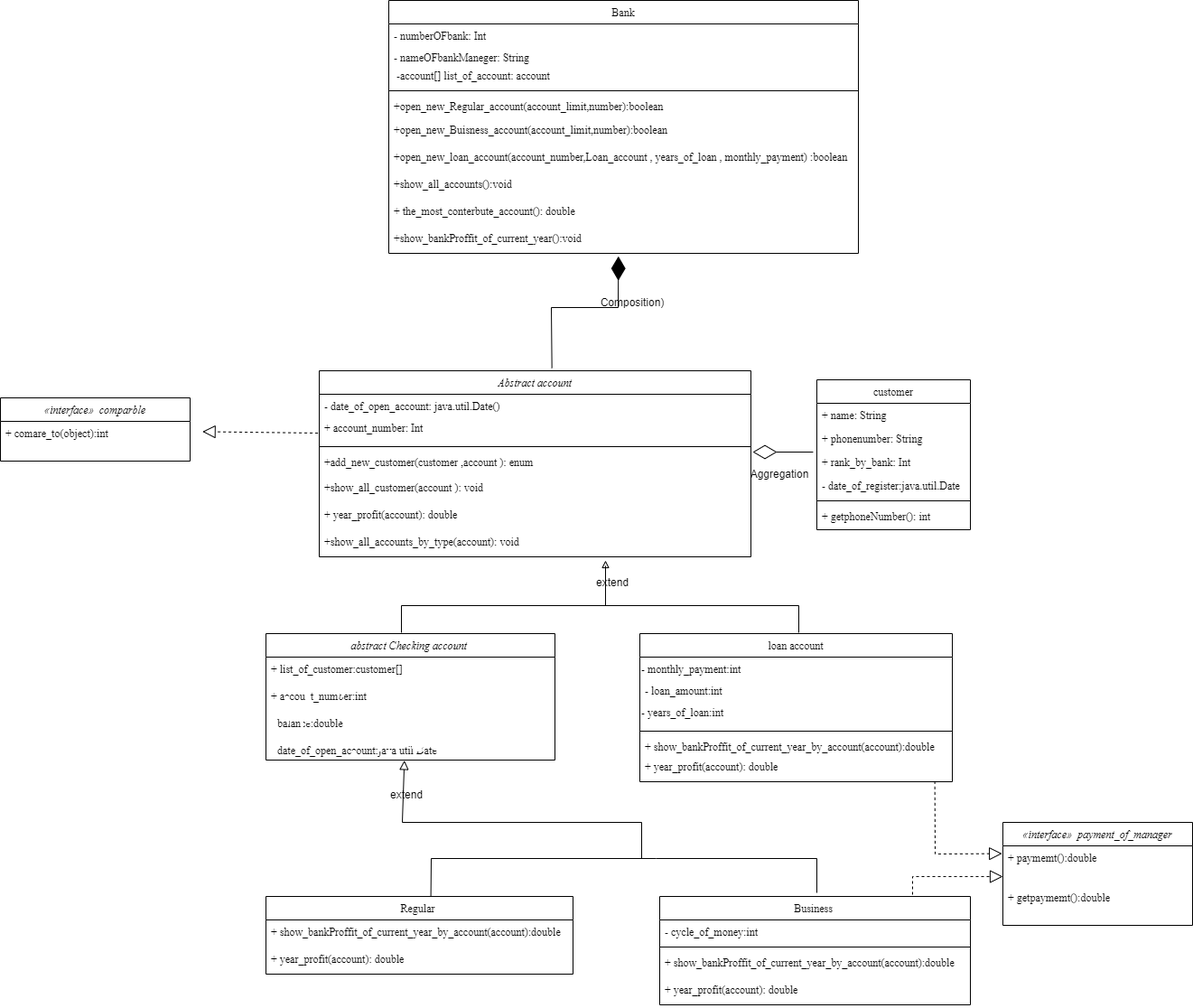
Before: Bank.drawio.png, a diagram exported from draw.io (oran950/bank). Source tidied: cells renumbered, new cells last; positions are measured from the earlier drawing's top-left corner, leaving out a move shared by most shapes.
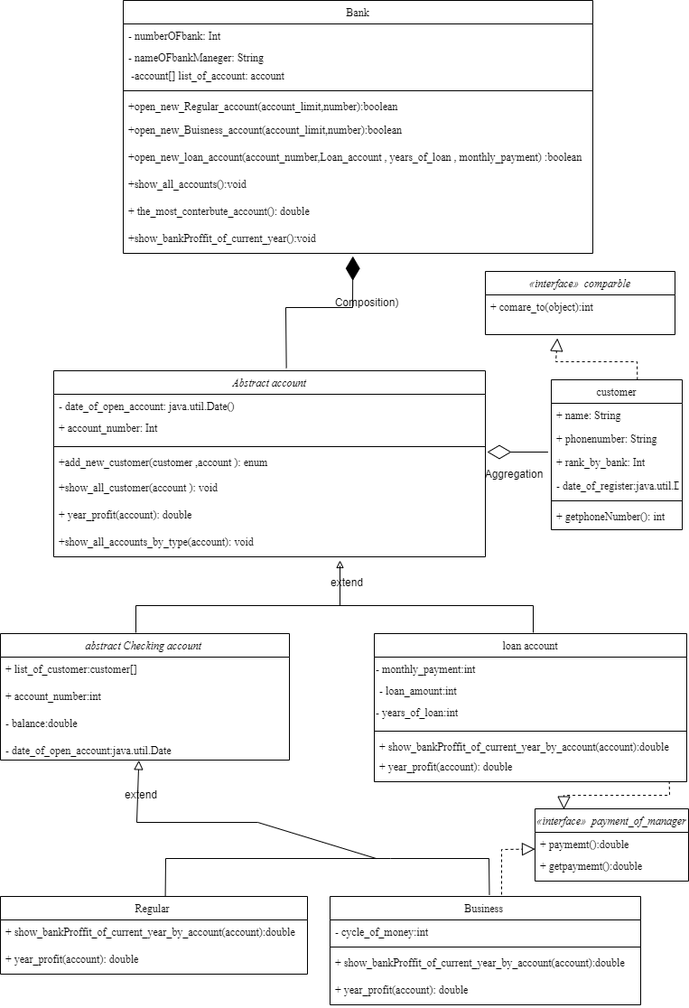
The same file after the commit.

What changed in the source:
```diff
@@ -2,13 +2,12 @@
   <root>
     <mxCell id="0" />
     <mxCell id="1" parent="0" />
-    <mxCell id="2" style="endArrow=none;html=1;rounded=0;labelBackgroundColor=none;fontColor=default;strokeWidth=1;exitX=0.537;exitY=0.011;exitDx=0;exitDy=0;exitPerimeter=0;fontFamily=Times New Roman;fontStyle=0;" parent="1" edge="1" source="3">
+    <mxCell id="2" style="endArrow=none;html=1;rounded=0;labelBackgroundColor=none;fontColor=default;strokeWidth=1;exitX=0.537;exitY=0.011;exitDx=0;exitDy=0;exitPerimeter=0;fontFamily=Times New Roman;fontStyle=0;entryX=0.513;entryY=-0.015;entryDx=0;entryDy=0;entryPerimeter=0;" parent="1" edge="1" source="3" target="16">
       <mxGeometry relative="1" as="geometry">
-        <mxPoint x="904" y="988" as="targetPoint" />
         <Array as="points">
           <mxPoint x="477" y="950" />
           <mxPoint x="726" y="950" />
-          <mxPoint x="904" y="950" />
+          <mxPoint x="835" y="950" />
         </Array>
       </mxGeometry>
     </mxCell>
@@ -63,7 +62,7 @@
       <mxGeometry x="-1" y="-10" relative="1" as="geometry">
         <mxPoint x="710" y="950" as="sourcePoint" />
         <Array as="points">
-          <mxPoint x="710" y="910" />
+          <mxPoint x="579" y="910" />
           <mxPoint x="445" y="910" />
         </Array>
         <mxPoint x="-10" y="10" as="offset" />
@@ -80,7 +79,7 @@
       </mxGeometry>
     </mxCell>
     <mxCell id="16" value="Business " style="swimlane;fontStyle=0;align=center;verticalAlign=top;horizontal=1;startSize=26;rounded=0;labelBackgroundColor=none;fontFamily=Times New Roman;" parent="1" vertex="1">
-      <mxGeometry x="730" y="992" width="344" height="120" as="geometry" />
+      <mxGeometry x="659" y="992" width="344" height="120" as="geometry" />
     </mxCell>
     <mxCell id="17" value="- cycle_of_money:int" style="text;strokeColor=none;fillColor=none;align=left;verticalAlign=top;spacingLeft=4;spacingRight=4;overflow=hidden;rounded=0;labelBackgroundColor=none;fontFamily=Times New Roman;fontStyle=0;" parent="16" vertex="1">
       <mxGeometry y="26" width="344" height="26" as="geometry" />
@@ -173,25 +172,25 @@
       <mxGeometry y="250" width="520" height="30" as="geometry" />
     </mxCell>
     <mxCell id="47" value="customer" style="swimlane;fontStyle=0;align=center;verticalAlign=top;horizontal=1;startSize=26;rounded=0;labelBackgroundColor=none;fontFamily=Times New Roman;" parent="1" vertex="1">
-      <mxGeometry x="904" y="420" width="170" height="166" as="geometry" />
+      <mxGeometry x="904" y="420" width="145" height="166" as="geometry" />
     </mxCell>
     <mxCell id="48" value="+ name: String" style="text;strokeColor=none;fillColor=none;align=left;verticalAlign=top;spacingLeft=4;spacingRight=4;overflow=hidden;rounded=0;labelBackgroundColor=none;fontFamily=Times New Roman;fontStyle=0;" parent="47" vertex="1">
-      <mxGeometry y="26" width="170" height="26" as="geometry" />
+      <mxGeometry y="26" width="145" height="26" as="geometry" />
     </mxCell>
     <mxCell id="49" value="+ phonenumber: String" style="text;strokeColor=none;fillColor=none;align=left;verticalAlign=top;spacingLeft=4;spacingRight=4;overflow=hidden;rounded=0;labelBackgroundColor=none;fontFamily=Times New Roman;fontStyle=0;" parent="47" vertex="1">
-      <mxGeometry y="52" width="170" height="26" as="geometry" />
+      <mxGeometry y="52" width="145" height="26" as="geometry" />
     </mxCell>
     <mxCell id="50" value="+ rank_by_bank: Int" style="text;strokeColor=none;fillColor=none;align=left;verticalAlign=top;spacingLeft=4;spacingRight=4;overflow=hidden;points=[[0,0.5],[1,0.5]];portConstraint=eastwest;rounded=0;labelBackgroundColor=none;fontFamily=Times New Roman;fontStyle=0;" parent="47" vertex="1">
-      <mxGeometry y="78" width="170" height="26" as="geometry" />
+      <mxGeometry y="78" width="145" height="26" as="geometry" />
     </mxCell>
     <mxCell id="51" value=" - date_of_register:java.util.Date&#10;" style="text;strokeColor=none;fillColor=none;align=left;verticalAlign=top;spacingLeft=4;spacingRight=4;overflow=hidden;rounded=0;labelBackgroundColor=none;fontFamily=Times New Roman;fontStyle=0;" parent="47" vertex="1">
-      <mxGeometry y="104" width="170" height="26" as="geometry" />
+      <mxGeometry y="104" width="145" height="26" as="geometry" />
     </mxCell>
     <mxCell id="52" style="line;strokeWidth=1;fillColor=none;align=left;verticalAlign=middle;spacingTop=-1;spacingLeft=3;spacingRight=3;labelPosition=right;rounded=0;labelBackgroundColor=none;fontFamily=Times New Roman;fontStyle=0;" parent="47" vertex="1">
-      <mxGeometry y="130" width="170" height="8" as="geometry" />
+      <mxGeometry y="130" width="145" height="8" as="geometry" />
     </mxCell>
     <mxCell id="53" value="+ getphoneNumber(): int" style="text;strokeColor=none;fillColor=none;align=left;verticalAlign=top;spacingLeft=4;spacingRight=4;overflow=hidden;rounded=0;labelBackgroundColor=none;fontFamily=Times New Roman;fontStyle=0;" parent="47" vertex="1">
-      <mxGeometry y="138" width="170" height="28" as="geometry" />
+      <mxGeometry y="138" width="145" height="28" as="geometry" />
     </mxCell>
     <mxCell id="54" value="extend" style="text;strokeColor=none;align=center;fillColor=none;html=1;verticalAlign=middle;whiteSpace=wrap;rounded=0;" parent="1" vertex="1">
       <mxGeometry x="648" y="630" width="60" height="30" as="geometry" />
@@ -205,38 +204,42 @@
     <mxCell id="57" value="Aggregation" style="text;strokeColor=none;align=center;fillColor=none;html=1;verticalAlign=middle;whiteSpace=wrap;rounded=0;" parent="1" vertex="1">
       <mxGeometry x="833" y="510" width="60" height="30" as="geometry" />
     </mxCell>
-    <mxCell id="58" style="endArrow=block;dashed=1;endFill=0;endSize=12;html=1;rounded=0;exitX=-0.003;exitY=0.633;exitDx=0;exitDy=0;exitPerimeter=0;entryX=1.033;entryY=0.548;entryDx=0;entryDy=0;entryPerimeter=0;" parent="1" edge="1" source="30">
+    <mxCell id="58" style="endArrow=block;dashed=1;endFill=0;endSize=12;html=1;rounded=0;exitX=0.657;exitY=0.001;exitDx=0;exitDy=0;exitPerimeter=0;entryX=0.38;entryY=1.091;entryDx=0;entryDy=0;entryPerimeter=0;" parent="1" edge="1" source="47" target="60">
       <mxGeometry relative="1" as="geometry">
-        <mxPoint x="223.6" y="477.4" as="targetPoint" />
+        <Array as="points">
+          <mxPoint x="999" y="400" />
+          <mxPoint x="909" y="400" />
+        </Array>
       </mxGeometry>
     </mxCell>
     <mxCell id="59" value="«interface»  comparble" style="swimlane;fontStyle=2;align=center;verticalAlign=top;horizontal=1;startSize=26;rounded=0;labelBackgroundColor=none;fontFamily=Times New Roman;" parent="1" vertex="1">
-      <mxGeometry y="440" width="210" height="70" as="geometry" />
+      <mxGeometry x="831" y="300" width="210" height="70" as="geometry" />
     </mxCell>
     <mxCell id="60" value="+ comare_to(object):int" style="text;strokeColor=none;fillColor=none;align=left;verticalAlign=top;spacingLeft=4;spacingRight=4;overflow=hidden;points=[[0,0.5],[1,0.5]];portConstraint=eastwest;rounded=0;labelBackgroundColor=none;fontFamily=Times New Roman;fontStyle=0;" parent="59" vertex="1">
       <mxGeometry y="26" width="210" height="44" as="geometry" />
     </mxCell>
     <mxCell id="61" value="«interface»  payment_of_manager" style="swimlane;fontStyle=2;align=center;verticalAlign=top;horizontal=1;startSize=26;rounded=0;labelBackgroundColor=none;fontFamily=Times New Roman;" parent="1" vertex="1">
-      <mxGeometry x="1110" y="910" width="210" height="114" as="geometry" />
+      <mxGeometry x="886" y="895" width="170" height="80" as="geometry" />
     </mxCell>
     <mxCell id="62" value="+ paymemt():double" style="text;strokeColor=none;fillColor=none;align=left;verticalAlign=top;spacingLeft=4;spacingRight=4;overflow=hidden;points=[[0,0.5],[1,0.5]];portConstraint=eastwest;rounded=0;labelBackgroundColor=none;fontFamily=Times New Roman;fontStyle=0;" parent="61" vertex="1">
-      <mxGeometry y="26" width="210" height="44" as="geometry" />
+      <mxGeometry y="26" width="170" height="24" as="geometry" />
     </mxCell>
     <mxCell id="63" value="+ getpaymemt():double" style="text;strokeColor=none;fillColor=none;align=left;verticalAlign=top;spacingLeft=4;spacingRight=4;overflow=hidden;rounded=0;labelBackgroundColor=none;fontFamily=Times New Roman;fontStyle=0;" parent="61" vertex="1">
-      <mxGeometry y="70" width="210" height="44" as="geometry" />
+      <mxGeometry y="50" width="170" height="30" as="geometry" />
     </mxCell>
-    <mxCell id="64" style="endArrow=block;dashed=1;endFill=0;endSize=12;html=1;rounded=0;exitX=0.944;exitY=0.98;exitDx=0;exitDy=0;exitPerimeter=0;entryX=-0.004;entryY=0.195;entryDx=0;entryDy=0;entryPerimeter=0;" parent="1" edge="1" source="27" target="62">
+    <mxCell id="64" style="endArrow=block;dashed=1;endFill=0;endSize=12;html=1;rounded=0;exitX=0.944;exitY=0.98;exitDx=0;exitDy=0;exitPerimeter=0;entryX=0.188;entryY=0.008;entryDx=0;entryDy=0;entryPerimeter=0;" parent="1" edge="1" source="27" target="61">
       <mxGeometry relative="1" as="geometry">
         <Array as="points">
-          <mxPoint x="1035" y="945" />
+          <mxPoint x="1035" y="880" />
+          <mxPoint x="918" y="880" />
         </Array>
       </mxGeometry>
     </mxCell>
     <mxCell id="65" style="endArrow=block;dashed=1;endFill=0;endSize=12;html=1;rounded=0;entryX=0;entryY=0.773;entryDx=0;entryDy=0;entryPerimeter=0;" parent="1" edge="1" target="62">
       <mxGeometry relative="1" as="geometry">
-        <mxPoint x="1010" y="990" as="sourcePoint" />
+        <mxPoint x="849" y="990" as="sourcePoint" />
         <Array as="points">
-          <mxPoint x="1010" y="970" />
+          <mxPoint x="849" y="940" />
         </Array>
       </mxGeometry>
     </mxCell>
```
